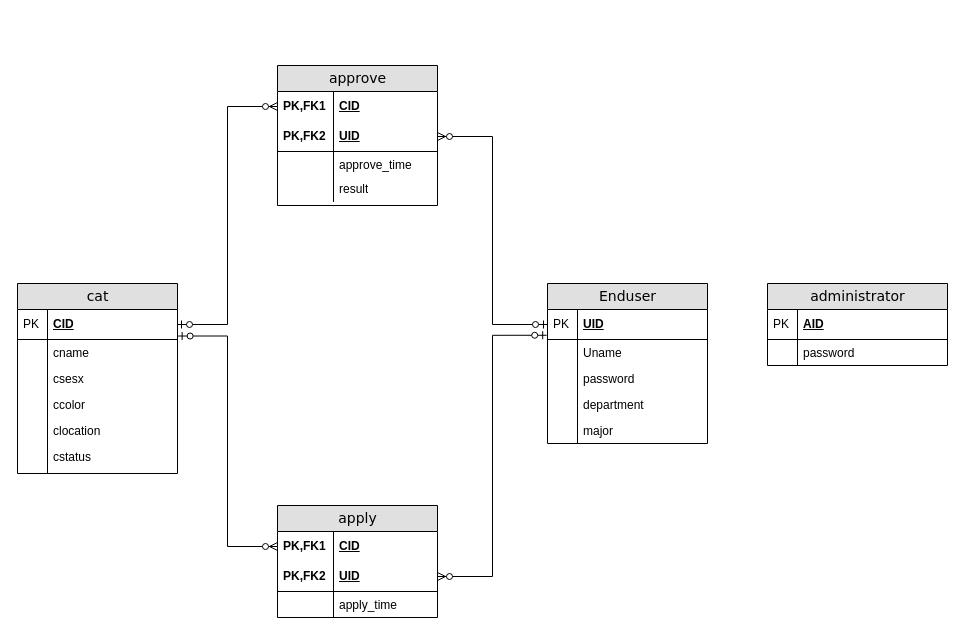
Above: 未命名绘图.drawio in treetree17/Miao (draw.io), before the change. Source tidied: cells renumbered, new cells numbered last; positions are measured from the earlier drawing's top-left corner, leaving out a move shared by most shapes. Both pictures are drawn from the tidied source at 100%, with x=0, y=0 at pixel (17, 65).
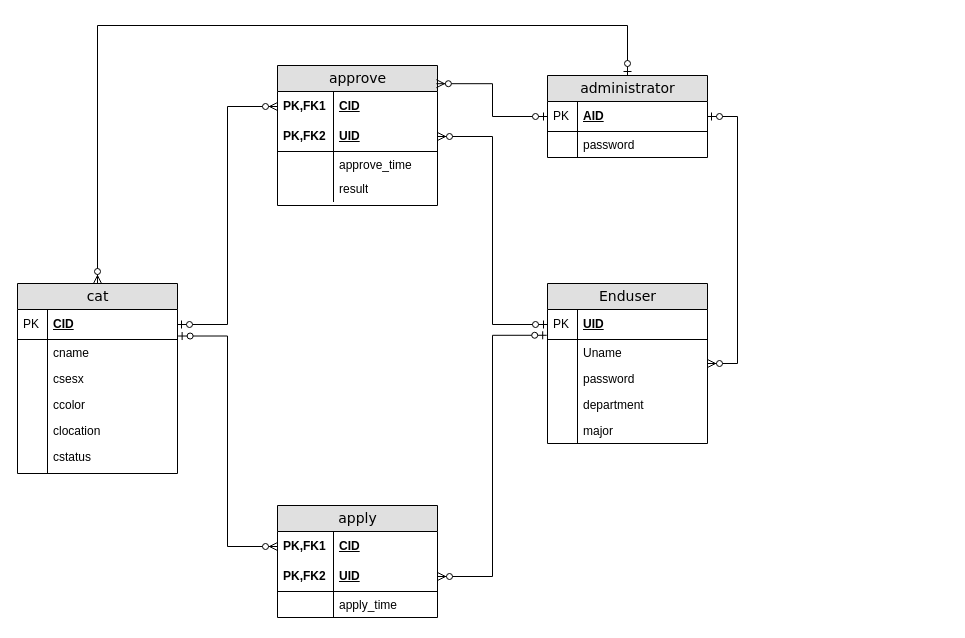
The same diagram, later.

The change refers to these unchanged cells:
```xml
<mxCell id="2" value="approve" style="swimlane;html=1;fontStyle=0;horizontal=1;startSize=26;fillColor=#e0e0e0;swimlaneFillColor=#ffffff;align=center;rounded=0;shadow=0;comic=0;labelBackgroundColor=none;strokeWidth=1;fontFamily=Verdana;fontSize=14;" parent="1" vertex="1">
  <mxGeometry x="260" width="160" height="140" as="geometry" />
</mxCell>
<mxCell id="9" value="Enduser" style="swimlane;html=1;fontStyle=0;horizontal=1;startSize=26;fillColor=#e0e0e0;swimlaneFillColor=#ffffff;align=center;rounded=0;shadow=0;comic=0;labelBackgroundColor=none;strokeWidth=1;fontFamily=Verdana;fontSize=14;" parent="1" vertex="1">
  <mxGeometry x="530" y="218" width="160" height="160" as="geometry" />
</mxCell>
<mxCell id="27" value="cat" style="swimlane;html=1;fontStyle=0;horizontal=1;startSize=26;fillColor=#e0e0e0;swimlaneFillColor=#ffffff;align=center;rounded=0;shadow=0;comic=0;labelBackgroundColor=none;strokeWidth=1;fontFamily=Verdana;fontSize=14;" parent="1" vertex="1">
  <mxGeometry y="218" width="160" height="190" as="geometry" />
</mxCell>
```

The edit, as a diff of the source:
```diff
@@
     <mxCell id="44" value="administrator" style="swimlane;html=1;fontStyle=0;horizontal=1;startSize=26;fillColor=#e0e0e0;swimlaneFillColor=#ffffff;align=center;rounded=0;shadow=0;comic=0;labelBackgroundColor=none;strokeWidth=1;fontFamily=Verdana;fontSize=14;" parent="1" vertex="1">
-      <mxGeometry x="750" y="218" width="180" height="82" as="geometry" />
+      <mxGeometry x="530" y="10" width="160" height="82" as="geometry" />
     </mxCell>
     <mxCell id="45" value="AID" style="shape=partialRectangle;top=0;left=0;right=0;bottom=1;html=1;align=left;verticalAlign=middle;fillColor=none;spacingLeft=34;spacingRight=4;whiteSpace=wrap;overflow=hidden;fontStyle=5;" parent="44" vertex="1">
-      <mxGeometry y="26" width="180" height="30" as="geometry" />
+      <mxGeometry y="26" width="160" height="30" as="geometry" />
     </mxCell>
@@
     <mxCell id="47" value="password" style="shape=partialRectangle;top=0;left=0;right=0;bottom=0;html=1;align=left;verticalAlign=top;fillColor=none;spacingLeft=34;spacingRight=4;whiteSpace=wrap;overflow=hidden;" parent="44" vertex="1">
-      <mxGeometry y="56" width="180" height="26" as="geometry" />
+      <mxGeometry y="56" width="160" height="26" as="geometry" />
     </mxCell>
@@
+    <mxCell id="51" style="edgeStyle=orthogonalEdgeStyle;fontSize=12;html=1;endArrow=ERzeroToMany;startArrow=ERzeroToOne;rounded=0;elbow=vertical;entryX=0.993;entryY=0.13;entryDx=0;entryDy=0;entryPerimeter=0;" parent="1" edge="1" source="44" target="2">
+      <mxGeometry relative="1" as="geometry" />
+    </mxCell>
+    <mxCell id="52" style="edgeStyle=entityRelationEdgeStyle;fontSize=12;html=1;endArrow=ERzeroToMany;startArrow=ERzeroToOne;rounded=0;elbow=vertical;" parent="1" edge="1" source="44" target="9">
+      <mxGeometry relative="1" as="geometry" />
+    </mxCell>
+    <mxCell id="53" style="edgeStyle=orthogonalEdgeStyle;fontSize=12;html=1;endArrow=ERzeroToMany;startArrow=ERzeroToOne;rounded=0;elbow=vertical;" parent="1" edge="1" source="44" target="27">
+      <mxGeometry relative="1" as="geometry">
+        <Array as="points">
+          <mxPoint x="610" y="-40" />
+          <mxPoint x="80" y="-40" />
+        </Array>
+      </mxGeometry>
+    </mxCell>
```
